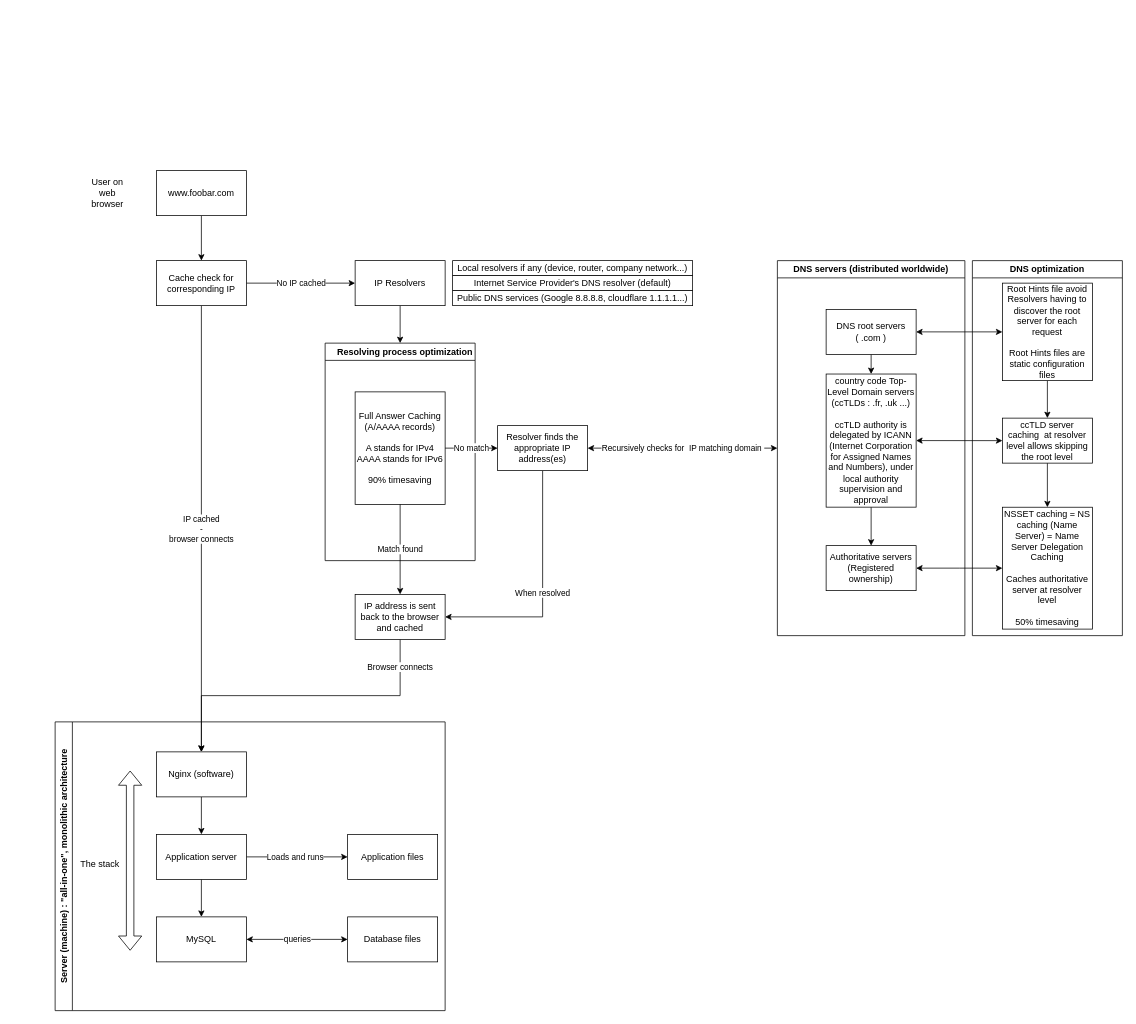
This is web_infrastructure_design/0-simple_web_stack.drawio from jmitchell35/holbertonschool-system_engineering-devops, a draw.io file, before an edit. Source tidied: cells renumbered, new cells numbered last; positions are measured from the earlier drawing's top-left corner, leaving out a move shared by most shapes. Both pictures are drawn from the tidied source at 75%, with x=0, y=0 at pixel (55, 170).
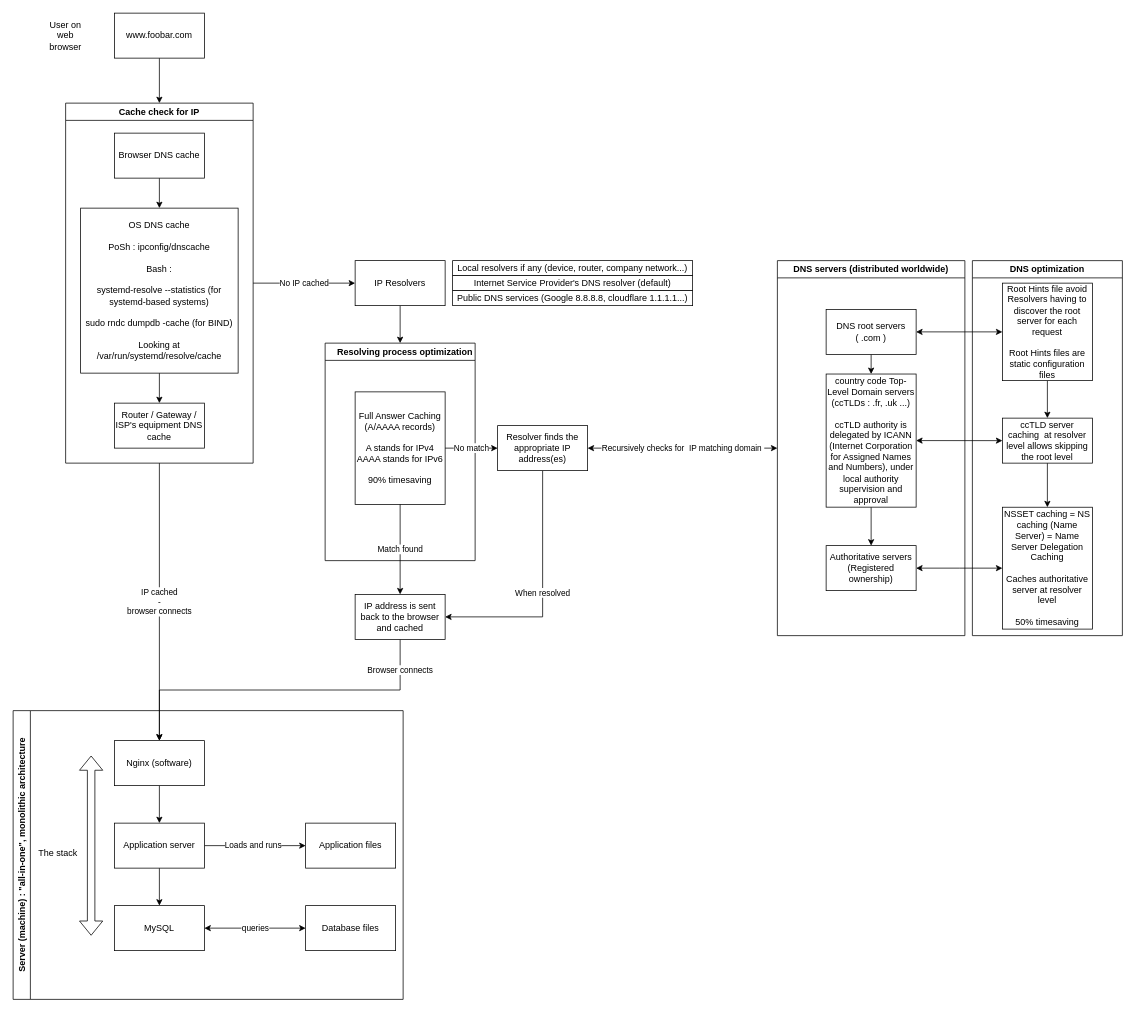
Above is the later version.

Commit message:
Added Browser, OS and router DNS caches

The change refers to these unchanged cells:
```xml
<mxCell id="9" value="IP Resolvers" style="rounded=0;whiteSpace=wrap;html=1;" parent="1" vertex="1">
  <mxGeometry x="400" y="120" width="120" height="60" as="geometry" />
</mxCell>
<mxCell id="17" value="Nginx (software)" style="rounded=0;whiteSpace=wrap;html=1;" parent="15" vertex="1">
  <mxGeometry x="135" y="40" width="120" height="60" as="geometry" />
</mxCell>
```

Diff of the diagram source:
```diff
@@
-    <mxCell id="2" style="edgeStyle=orthogonalEdgeStyle;rounded=0;jettySize=auto;html=1;exitX=0.5;exitY=1;exitDx=0;exitDy=0;entryX=0.5;entryY=0;entryDx=0;entryDy=0;" parent="1" edge="1" source="3" target="7">
+    <mxCell id="2" style="edgeStyle=orthogonalEdgeStyle;rounded=0;jettySize=auto;html=1;exitX=0.5;exitY=1;exitDx=0;exitDy=0;entryX=0.5;entryY=0;entryDx=0;entryDy=0;" parent="1" edge="1" source="3" target="49">
       <mxGeometry relative="1" as="geometry" />
     </mxCell>
     <mxCell id="3" value="www.foobar.com" style="rounded=0;whiteSpace=wrap;html=1;" parent="1" vertex="1">
-      <mxGeometry x="135" width="120" height="60" as="geometry" />
+      <mxGeometry x="79" y="-210" width="120" height="60" as="geometry" />
     </mxCell>
     <mxCell id="4" value="User on web browser" style="text;html=1;align=center;verticalAlign=middle;whiteSpace=wrap;rounded=0;" parent="1" vertex="1">
-      <mxGeometry x="40" y="15" width="60" height="30" as="geometry" />
+      <mxGeometry x="-16" y="-195" width="60" height="30" as="geometry" />
     </mxCell>
-    <mxCell id="5" value="No IP cached" style="edgeStyle=orthogonalEdgeStyle;rounded=0;jettySize=auto;html=1;exitX=1;exitY=0.5;exitDx=0;exitDy=0;entryX=0;entryY=0.5;entryDx=0;entryDy=0;" parent="1" edge="1" source="7" target="9">
+    <mxCell id="5" value="No IP cached" style="edgeStyle=orthogonalEdgeStyle;rounded=0;jettySize=auto;html=1;exitX=1;exitY=0.5;exitDx=0;exitDy=0;entryX=0;entryY=0.5;entryDx=0;entryDy=0;" parent="1" edge="1" source="49" target="9">
       <mxGeometry relative="1" as="geometry" />
     </mxCell>
-    <mxCell id="6" value="IP cached&lt;br&gt;-&lt;br&gt;browser connects" style="edgeStyle=orthogonalEdgeStyle;rounded=0;jettySize=auto;html=1;exitX=0.5;exitY=1;exitDx=0;exitDy=0;entryX=0.5;entryY=0;entryDx=0;entryDy=0;" parent="1" edge="1" source="7" target="17">
+    <mxCell id="6" value="IP cached&lt;br&gt;-&lt;br&gt;browser connects" style="edgeStyle=orthogonalEdgeStyle;rounded=0;jettySize=auto;html=1;exitX=0.5;exitY=1;exitDx=0;exitDy=0;entryX=0.5;entryY=0;entryDx=0;entryDy=0;" parent="1" edge="1" source="49" target="17">
       <mxGeometry relative="1" as="geometry" />
     </mxCell>
-    <mxCell id="7" value="Cache check for corresponding IP" style="rounded=0;whiteSpace=wrap;html=1;" parent="1" vertex="1">
-      <mxGeometry x="135" y="120" width="120" height="60" as="geometry" />
-    </mxCell>
@@
     <mxCell id="15" value="Server (machine) : &quot;all-in-one&quot;, monolithic architecture" style="swimlane;horizontal=0;whiteSpace=wrap;html=1;" parent="1" vertex="1">
-      <mxGeometry y="735" width="520" height="385" as="geometry" />
+      <mxGeometry x="-56" y="720" width="520" height="385" as="geometry" />
     </mxCell>
@@
+    <mxCell id="48" style="shape=flexArrow;endArrow=classic;startArrow=classic;html=1;rounded=0;" parent="15" edge="1">
+      <mxGeometry relative="1" as="geometry">
+        <mxPoint x="104" y="300" as="sourcePoint" />
+        <mxPoint x="104" y="60" as="targetPoint" />
+      </mxGeometry>
+    </mxCell>
@@
-    <mxCell id="48" style="shape=flexArrow;endArrow=classic;startArrow=classic;html=1;rounded=0;" parent="1" edge="1">
-      <mxGeometry relative="1" as="geometry">
-        <mxPoint x="100" y="1040" as="sourcePoint" />
-        <mxPoint x="100" y="800" as="targetPoint" />
-      </mxGeometry>
-    </mxCell>
+    <mxCell id="49" value="Cache check for IP" style="swimlane;whiteSpace=wrap;html=1;" parent="1" vertex="1">
+      <mxGeometry x="14" y="-90" width="250" height="480" as="geometry" />
+    </mxCell>
+    <mxCell id="50" style="edgeStyle=orthogonalEdgeStyle;rounded=0;jettySize=auto;html=1;exitX=0.5;exitY=1;exitDx=0;exitDy=0;entryX=0.5;entryY=0;entryDx=0;entryDy=0;" parent="49" edge="1" source="51" target="53">
+      <mxGeometry relative="1" as="geometry" />
+    </mxCell>
+    <mxCell id="51" value="Browser DNS cache" style="rounded=0;whiteSpace=wrap;html=1;" parent="49" vertex="1">
+      <mxGeometry x="65" y="40" width="120" height="60" as="geometry" />
+    </mxCell>
+    <mxCell id="52" style="edgeStyle=orthogonalEdgeStyle;rounded=0;jettySize=auto;html=1;exitX=0.5;exitY=1;exitDx=0;exitDy=0;entryX=0.5;entryY=0;entryDx=0;entryDy=0;" parent="49" edge="1" source="53" target="54">
+      <mxGeometry relative="1" as="geometry" />
+    </mxCell>
+    <mxCell id="53" value="&lt;font face=&quot;Helvetica&quot;&gt;OS DNS cache&lt;br&gt;&lt;br&gt;PoSh : ipconfig/dnscache&lt;br&gt;&lt;br&gt;Bash :&lt;/font&gt;&lt;div&gt;&lt;br&gt;&lt;div&gt;&lt;div&gt;&lt;code style=&quot;background-color: transparent; color: light-dark(rgb(0, 0, 0), rgb(255, 255, 255));&quot; class=&quot;bg-text-200/5 border border-0.5 border-border-300 text-danger-000 whitespace-pre-wrap rounded-[0.4rem] px-1 py-px text-[0.9rem]&quot;&gt;&lt;font face=&quot;Helvetica&quot;&gt;systemd-resolve --statistics&lt;/font&gt;&lt;/code&gt;&lt;span style=&quot;font-family: Helvetica; background-color: transparent; color: light-dark(rgb(0, 0, 0), rgb(255, 255, 255));&quot;&gt; (for systemd-based systems)&lt;br&gt;&lt;/span&gt;&lt;code style=&quot;font-family: Helvetica; background-color: transparent; color: light-dark(rgb(0, 0, 0), rgb(255, 255, 255));&quot; class=&quot;bg-text-200/5 border border-0.5 border-border-300 text-danger-000 whitespace-pre-wrap rounded-[0.4rem] px-1 py-px text-[0.9rem]&quot;&gt;&lt;br&gt;sudo rndc dumpdb -cache&lt;/code&gt;&lt;span style=&quot;font-family: Helvetica; background-color: transparent; color: light-dark(rgb(0, 0, 0), rgb(255, 255, 255));&quot;&gt; (for BIND)&lt;br&gt;&lt;/span&gt;&lt;span style=&quot;font-family: Helvetica; background-color: transparent; color: light-dark(rgb(0, 0, 0), rgb(255, 255, 255));&quot;&gt;&lt;br&gt;Looking at &lt;/span&gt;&lt;code style=&quot;font-family: Helvetica; background-color: transparent; color: light-dark(rgb(0, 0, 0), rgb(255, 255, 255));&quot; class=&quot;bg-text-200/5 border border-0.5 border-border-300 text-danger-000 whitespace-pre-wrap rounded-[0.4rem] px-1 py-px text-[0.9rem]&quot;&gt;/var/run/systemd/resolve/cache&lt;/code&gt;&lt;/div&gt;&lt;/div&gt;&lt;/div&gt;" style="rounded=0;whiteSpace=wrap;html=1;" parent="49" vertex="1">
+      <mxGeometry x="20" y="140" width="210" height="220" as="geometry" />
+    </mxCell>
+    <mxCell id="54" value="Router / Gateway / ISP's equipment DNS cache" style="rounded=0;whiteSpace=wrap;html=1;" parent="49" vertex="1">
+      <mxGeometry x="65" y="400" width="120" height="60" as="geometry" />
+    </mxCell>
```
